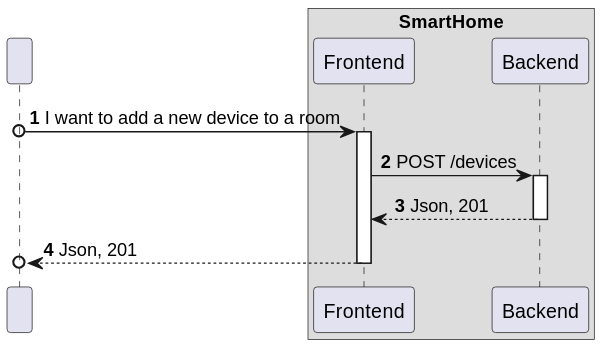
This is docs/C4_4plus1_models/Level2/ProcessView/ProcessViewLevel2_UC19_v1.svg from moutajDev/smarthome, a PlantUML export, as it was before one commit. Its diagram source:
```plantuml
@startuml
!pragma layout smetana

autonumber
participant " " as User

box "SmartHome"
    participant Frontend as FE
    participant Backend as BE
end box


User o-> FE : I want to add a new device to a room
activate FE

FE -> BE : POST /devices
activate BE

BE --> FE : Json, 201
deactivate BE

FE -->o User : Json, 201
deactivate FE
@enduml
```
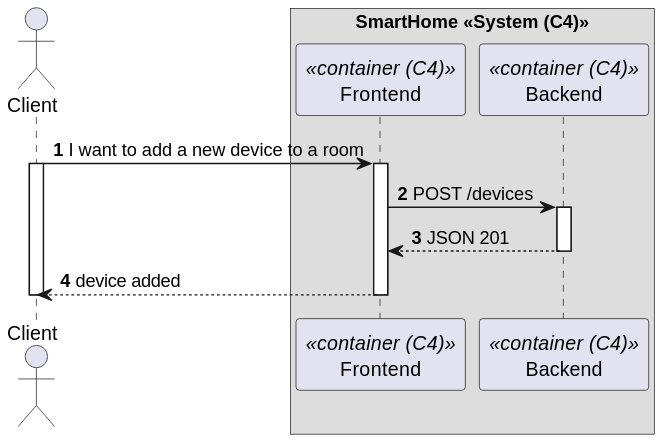
Above is the later version.

Diff of the diagram source:
```diff
@@ -2,23 +2,25 @@
 !pragma layout smetana
 
 autonumber
-participant " " as User
+actor "Client" as User
 
-box "SmartHome"
-    participant Frontend as FE
-    participant Backend as BE
+box "SmartHome <<System (C4)>>"
+    participant Frontend as FE<<container (C4)>>
+    participant Backend as BE<<container (C4)>>
 end box
 
 
-User o-> FE : I want to add a new device to a room
+User -> FE : I want to add a new device to a room
 activate FE
+activate User
 
 FE -> BE : POST /devices
 activate BE
 
-BE --> FE : Json, 201
+BE --> FE : JSON 201
 deactivate BE
 
-FE -->o User : Json, 201
+FE --> User : device added
 deactivate FE
+deactivate User
 @enduml
```
